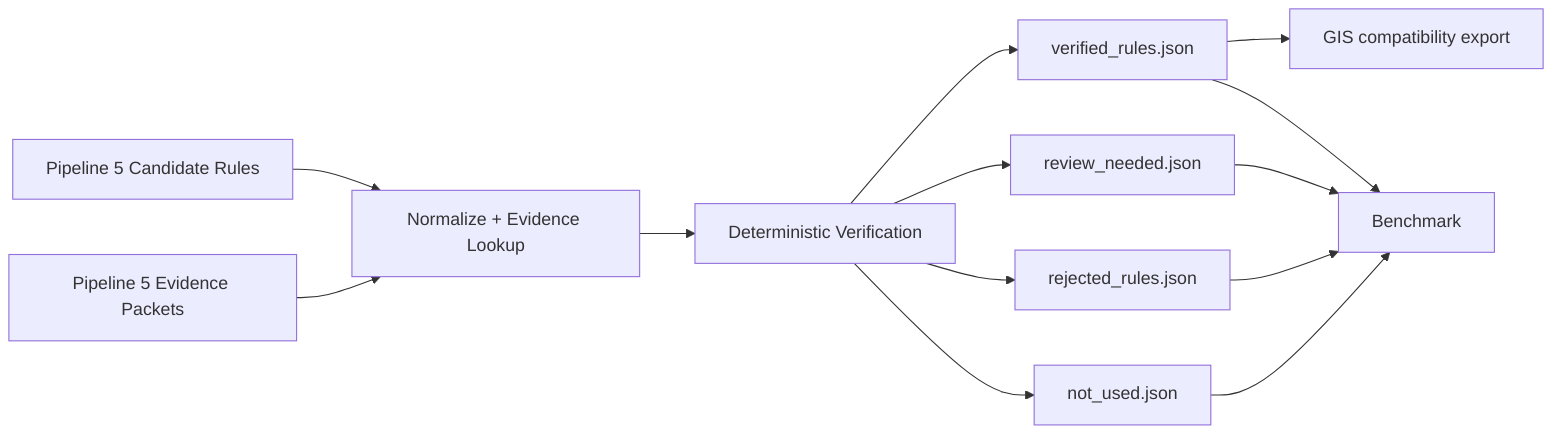
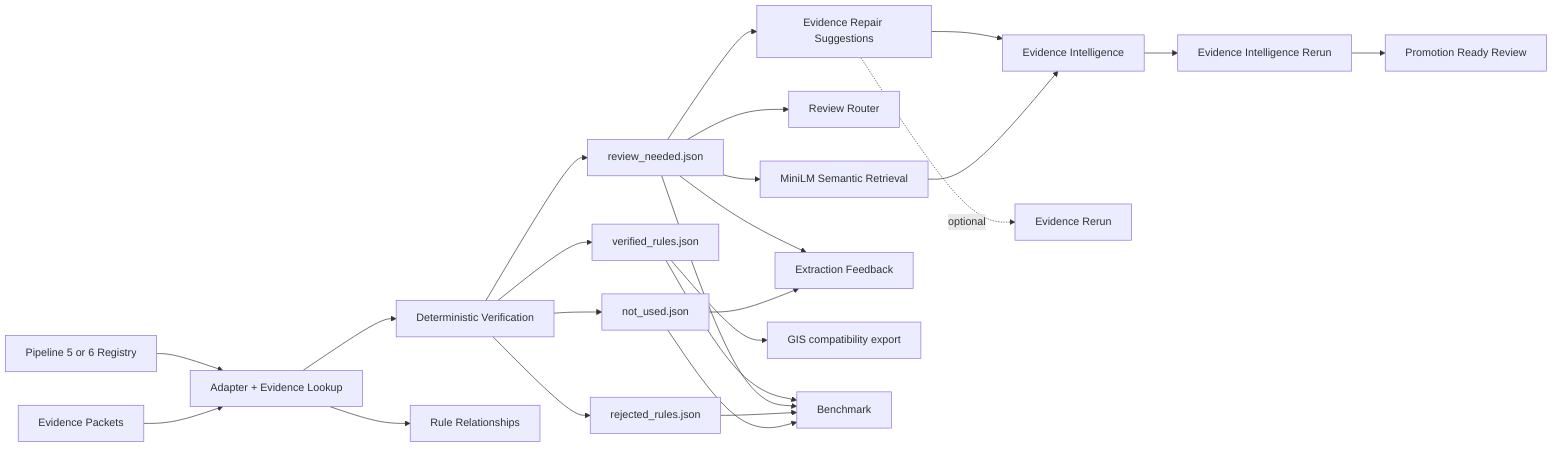
flowchart LR
-   A[Pipeline 5 Candidate Rules] --> C[Normalize + Evidence Lookup]
-   B[Pipeline 5 Evidence Packets] --> C
+   A[Pipeline 5 or 6 Registry] --> C[Adapter + Evidence Lookup]
+   B[Evidence Packets] --> C
  C --> D[Deterministic Verification]
  D --> E[verified_rules.json]
  D --> F[review_needed.json]
  D --> G[rejected_rules.json]
  D --> H[not_used.json]
+   F --> K[Evidence Repair Suggestions]
+   F --> M[Review Router]
+   F --> O[MiniLM Semantic Retrieval]
+   K --> P[Evidence Intelligence]
+   O --> P
+   P --> Q[Evidence Intelligence Rerun]
+   Q --> R[Promotion Ready Review]
+   F --> S[Extraction Feedback]
+   H --> S
+   C --> N[Rule Relationships]
+   K -. optional .-> L[Evidence Rerun]
  E --> I[GIS compatibility export]
  E --> J[Benchmark]
  F --> J
  G --> J
  H --> J
